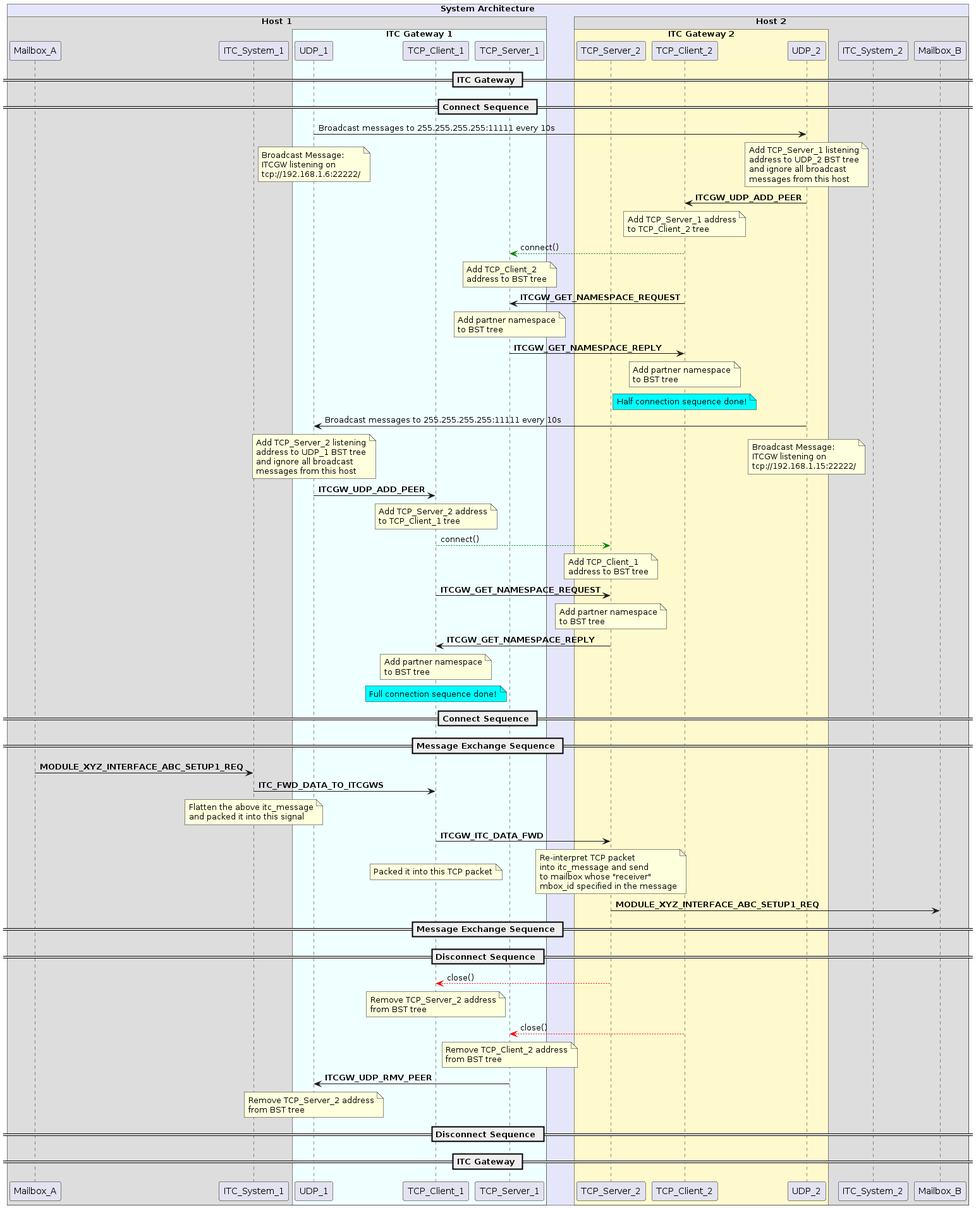
Before: assets/itc_gateway.png, a diagram exported from PlantUML (giang-nguyentbk/itc-framework). Its diagram source:
```plantuml
@startuml
!pragma teoz true
box "System Architecture" #Lavender
box "Host 1"
participant Mailbox_A
participant ITC_System_1
box "ITC Gateway 1" #Azure
participant "UDP_1"
participant "TCP_Client_1"
participant "TCP_Server_1"
end box
end box

box "Host 2"
box "ITC Gateway 2" #LemonChiffon
participant "TCP_Server_2"
participant "TCP_Client_2"
participant "UDP_2"
end box
participant ITC_System_2
participant Mailbox_B
end box
end box

== ITC Gateway ==
== Connect Sequence ==
UDP_1 -> UDP_2: Broadcast messages to 255.255.255.255:11111 every 10s
note over UDP_1
    Broadcast Message:
    ITCGW listening on
    tcp://192.168.1.6:22222/
end note

& note over UDP_2
    Add TCP_Server_1 listening
    address to UDP_2 BST tree
    and ignore all broadcast
    messages from this host
end note

UDP_2 -> TCP_Client_2: **ITCGW_UDP_ADD_PEER**
note over TCP_Client_2
    Add TCP_Server_1 address
    to TCP_Client_2 tree
end note

TCP_Client_2 --[#green]> TCP_Server_1: connect()

note over TCP_Server_1
    Add TCP_Client_2
    address to BST tree
end note

TCP_Client_2 -> TCP_Server_1: **ITCGW_GET_NAMESPACE_REQUEST**
note over TCP_Server_1
    Add partner namespace
    to BST tree
end note
TCP_Server_1 -> TCP_Client_2: **ITCGW_GET_NAMESPACE_REPLY**
note over TCP_Client_2
    Add partner namespace
    to BST tree
end note

note over TCP_Client_2 #aqua
    Half connection sequence done!
end note

UDP_2 -> UDP_1: Broadcast messages to 255.255.255.255:11111 every 10s
note over UDP_2
    Broadcast Message:
    ITCGW listening on
    tcp://192.168.1.15:22222/
end note

& note over UDP_1
    Add TCP_Server_2 listening
    address to UDP_1 BST tree
    and ignore all broadcast
    messages from this host
end note

UDP_1 -> TCP_Client_1: **ITCGW_UDP_ADD_PEER**
note over TCP_Client_1
    Add TCP_Server_2 address
    to TCP_Client_1 tree
end note

TCP_Client_1 --[#green]> TCP_Server_2: connect()

note over TCP_Server_2
    Add TCP_Client_1
    address to BST tree
end note

TCP_Client_1 -> TCP_Server_2: **ITCGW_GET_NAMESPACE_REQUEST**
note over TCP_Server_2
    Add partner namespace
    to BST tree
end note
TCP_Server_2 -> TCP_Client_1: **ITCGW_GET_NAMESPACE_REPLY**
note over TCP_Client_1
    Add partner namespace
    to BST tree
end note

note over TCP_Client_1 #aqua
    Full connection sequence done!
end note

== Connect Sequence ==

== Message Exchange Sequence ==

Mailbox_A -> ITC_System_1: **MODULE_XYZ_INTERFACE_ABC_SETUP1_REQ**
ITC_System_1 -> TCP_Client_1: **ITC_FWD_DATA_TO_ITCGWS**
note over ITC_System_1
    Flatten the above itc_message
    and packed it into this signal
end note
TCP_Client_1 -> TCP_Server_2: **ITCGW_ITC_DATA_FWD**
note over TCP_Client_1
    Packed it into this TCP packet
end note

& note over TCP_Server_2
    Re-interpret TCP packet
    into itc_message and send
    to mailbox whose "receiver"
    mbox_id specified in the message
end note

TCP_Server_2 -> Mailbox_B: **MODULE_XYZ_INTERFACE_ABC_SETUP1_REQ**


== Message Exchange Sequence ==

== Disconnect Sequence ==

TCP_Server_2 --[#red]> TCP_Client_1: close()
note over TCP_Client_1
    Remove TCP_Server_2 address
    from BST tree
end note
TCP_Client_2 --[#red]> TCP_Server_1: close()
note over TCP_Server_1
    Remove TCP_Client_2 address
    from BST tree
end note
TCP_Server_1 -> UDP_1: **ITCGW_UDP_RMV_PEER**
note over UDP_1
    Remove TCP_Server_2 address
    from BST tree
end note

== Disconnect Sequence ==

== ITC Gateway ==
@enduml
```
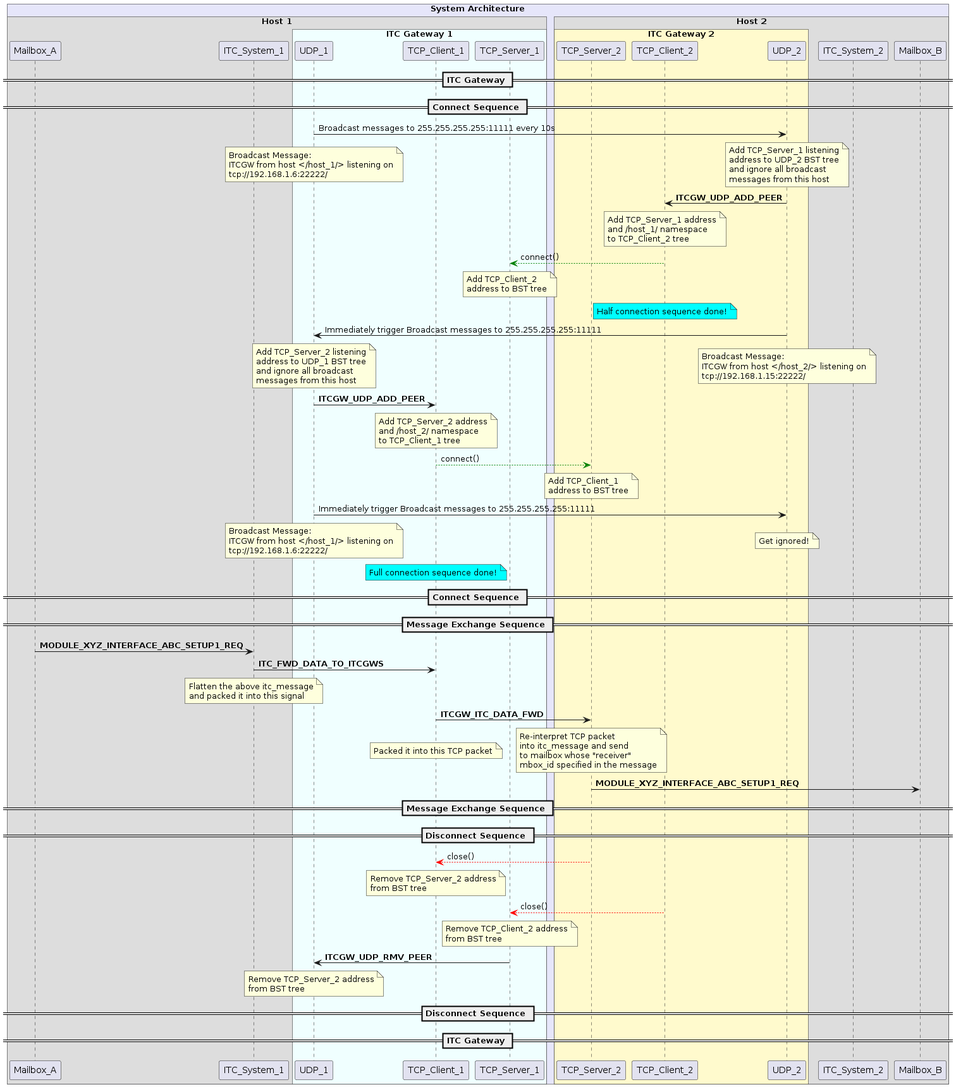
After the change.

Change to the diagram source:
```diff
@@ -27,7 +27,7 @@
 UDP_1 -> UDP_2: Broadcast messages to 255.255.255.255:11111 every 10s
 note over UDP_1
     Broadcast Message:
-    ITCGW listening on
+    ITCGW from host </host_1/> listening on
     tcp://192.168.1.6:22222/
 end note
 
@@ -41,6 +41,7 @@
 UDP_2 -> TCP_Client_2: **ITCGW_UDP_ADD_PEER**
 note over TCP_Client_2
     Add TCP_Server_1 address
+    and /host_1/ namespace
     to TCP_Client_2 tree
 end note
 
@@ -51,25 +52,14 @@
     address to BST tree
 end note
 
-TCP_Client_2 -> TCP_Server_1: **ITCGW_GET_NAMESPACE_REQUEST**
-note over TCP_Server_1
-    Add partner namespace
-    to BST tree
-end note
-TCP_Server_1 -> TCP_Client_2: **ITCGW_GET_NAMESPACE_REPLY**
-note over TCP_Client_2
-    Add partner namespace
-    to BST tree
-end note
-
 note over TCP_Client_2 #aqua
     Half connection sequence done!
 end note
 
-UDP_2 -> UDP_1: Broadcast messages to 255.255.255.255:11111 every 10s
+UDP_2 -> UDP_1: Immediately trigger Broadcast messages to 255.255.255.255:11111
 note over UDP_2
     Broadcast Message:
-    ITCGW listening on
+    ITCGW from host </host_2/> listening on
     tcp://192.168.1.15:22222/
 end note
 
@@ -83,6 +73,7 @@
 UDP_1 -> TCP_Client_1: **ITCGW_UDP_ADD_PEER**
 note over TCP_Client_1
     Add TCP_Server_2 address
+    and /host_2/ namespace
     to TCP_Client_1 tree
 end note
 
@@ -93,15 +84,15 @@
     address to BST tree
 end note
 
-TCP_Client_1 -> TCP_Server_2: **ITCGW_GET_NAMESPACE_REQUEST**
-note over TCP_Server_2
-    Add partner namespace
-    to BST tree
+UDP_1 -> UDP_2: Immediately trigger Broadcast messages to 255.255.255.255:11111
+note over UDP_1
+    Broadcast Message:
+    ITCGW from host </host_1/> listening on
+    tcp://192.168.1.6:22222/
 end note
-TCP_Server_2 -> TCP_Client_1: **ITCGW_GET_NAMESPACE_REPLY**
-note over TCP_Client_1
-    Add partner namespace
-    to BST tree
+
+& note over UDP_2
+    Get ignored!
 end note
 
 note over TCP_Client_1 #aqua
```
